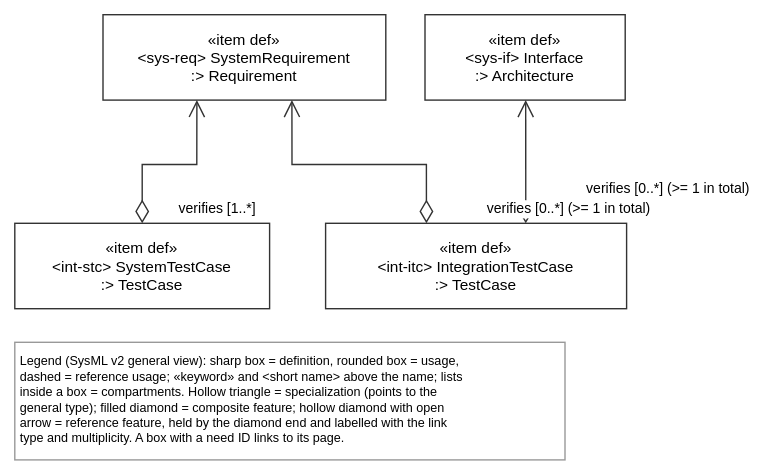
Earlier version of the draw.io export views/sysInt.drawio.svg (tiacsys/xdmod). Source tidied: cells renumbered, new cells last; positions are measured from the earlier drawing's top-left corner, leaving out a move shared by most shapes. The source it was exported from:
```xml
<mxGraphModel>
  <root>
    <mxCell id="0" />
    <mxCell id="1" parent="0" />
    <mxCell id="2" value="«item def»&#10;&lt;sys-if&gt; Interface&#10;:&gt; Architecture" style="html=0;fontFamily=Helvetica;fontSize=11;strokeColor=#333333;rounded=0;fillColor=#FFFFFF;verticalAlign=middle;" parent="1" vertex="1">
      <mxGeometry x="293" width="143" height="61" as="geometry" />
    </mxCell>
    <mxCell id="3" value="«item def»&#10;&lt;sys-req&gt; SystemRequirement&#10;:&gt; Requirement" style="html=0;fontFamily=Helvetica;fontSize=11;strokeColor=#333333;rounded=0;fillColor=#FFFFFF;verticalAlign=middle;" parent="1" vertex="1">
      <mxGeometry x="63" width="202" height="61" as="geometry" />
    </mxCell>
    <mxCell id="4" value="«item def»&#10;&lt;int-itc&gt; IntegrationTestCase&#10;:&gt; TestCase" style="html=0;fontFamily=Helvetica;fontSize=11;strokeColor=#333333;rounded=0;fillColor=#FFFFFF;verticalAlign=middle;" parent="1" vertex="1">
      <mxGeometry x="222" y="149" width="215" height="61" as="geometry" />
    </mxCell>
    <mxCell id="5" value="«item def»&#10;&lt;int-stc&gt; SystemTestCase&#10;:&gt; TestCase" style="html=0;fontFamily=Helvetica;fontSize=11;strokeColor=#333333;rounded=0;fillColor=#FFFFFF;verticalAlign=middle;" parent="1" vertex="1">
      <mxGeometry y="149" width="182" height="61" as="geometry" />
    </mxCell>
    <mxCell id="6" value="Legend (SysML v2 general view): sharp box = definition, rounded box = usage,&#10;dashed = reference usage; «keyword» and &lt;short name&gt; above the name; lists&#10;inside a box = compartments. Hollow triangle = specialization (points to the&#10;general type); filled diamond = composite feature; hollow diamond with open&#10;arrow = reference feature, held by the diamond end and labelled with the link&#10;type and multiplicity. A box with a need ID links to its page." style="text;html=0;align=left;verticalAlign=top;fontFamily=Helvetica;fontSize=9;fillColor=#FFFFFF;strokeColor=#999999;spacing=4;" parent="1" vertex="1">
      <mxGeometry y="234" width="393" height="84" as="geometry" />
    </mxCell>
    <mxCell id="7" value="verifies [0..*] (&gt;= 1 in total)" style="html=0;rounded=0;endSize=10;startSize=14;fontFamily=Helvetica;fontSize=10;labelBackgroundColor=#FFFFFF;strokeColor=#333333;startArrow=diamondThin;startFill=0;endArrow=open;exitX=0.665;exitY=0.000;exitDx=0;exitDy=0;exitPerimeter=0;entryX=0.503;entryY=1.000;entryDx=0;entryDy=0;entryPerimeter=0;" parent="1" edge="1" source="4" target="2">
      <mxGeometry relative="1" as="geometry">
        <mxPoint x="102" y="19" as="offset" />
      </mxGeometry>
    </mxCell>
    <mxCell id="8" value="verifies [0..*] (&gt;= 1 in total)" style="html=0;rounded=0;endSize=10;startSize=14;fontFamily=Helvetica;fontSize=10;labelBackgroundColor=#FFFFFF;strokeColor=#333333;startArrow=diamondThin;startFill=0;endArrow=open;exitX=0.335;exitY=0.000;exitDx=0;exitDy=0;exitPerimeter=0;entryX=0.668;entryY=1.000;entryDx=0;entryDy=0;entryPerimeter=0;" parent="1" edge="1" source="4" target="3">
      <mxGeometry relative="1" as="geometry">
        <Array as="points">
          <mxPoint x="294" y="107" />
          <mxPoint x="198" y="107" />
        </Array>
        <mxPoint x="152" y="31" as="offset" />
      </mxGeometry>
    </mxCell>
    <mxCell id="9" value="verifies [1..*]" style="html=0;rounded=0;endSize=10;startSize=14;fontFamily=Helvetica;fontSize=10;labelBackgroundColor=#FFFFFF;strokeColor=#333333;startArrow=diamondThin;startFill=0;endArrow=open;exitX=0.500;exitY=0.000;exitDx=0;exitDy=0;exitPerimeter=0;entryX=0.332;entryY=1.000;entryDx=0;entryDy=0;entryPerimeter=0;" parent="1" edge="1" source="5" target="3">
      <mxGeometry relative="1" as="geometry">
        <Array as="points">
          <mxPoint x="91" y="107" />
          <mxPoint x="130" y="107" />
        </Array>
        <mxPoint x="32" y="31" as="offset" />
      </mxGeometry>
    </mxCell>
  </root>
</mxGraphModel>
```
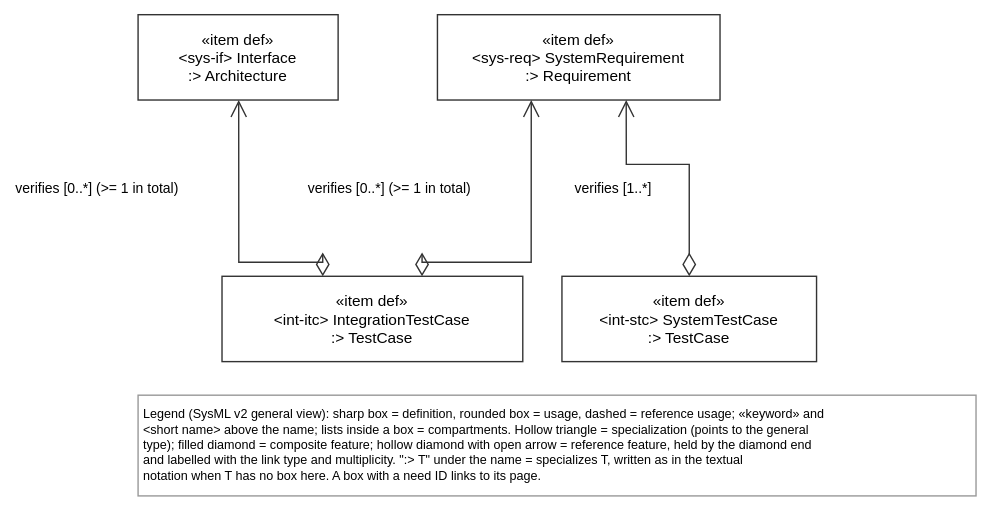
The same file after the commit.

What changed in the source:
```diff
@@ -3,41 +3,45 @@
     <mxCell id="0" />
     <mxCell id="1" parent="0" />
     <mxCell id="2" value="«item def»&#10;&lt;sys-if&gt; Interface&#10;:&gt; Architecture" style="html=0;fontFamily=Helvetica;fontSize=11;strokeColor=#333333;rounded=0;fillColor=#FFFFFF;verticalAlign=middle;" parent="1" vertex="1">
-      <mxGeometry x="293" width="143" height="61" as="geometry" />
+      <mxGeometry x="126" width="143" height="61" as="geometry" />
     </mxCell>
     <mxCell id="3" value="«item def»&#10;&lt;sys-req&gt; SystemRequirement&#10;:&gt; Requirement" style="html=0;fontFamily=Helvetica;fontSize=11;strokeColor=#333333;rounded=0;fillColor=#FFFFFF;verticalAlign=middle;" parent="1" vertex="1">
-      <mxGeometry x="63" width="202" height="61" as="geometry" />
+      <mxGeometry x="340" width="202" height="61" as="geometry" />
     </mxCell>
     <mxCell id="4" value="«item def»&#10;&lt;int-itc&gt; IntegrationTestCase&#10;:&gt; TestCase" style="html=0;fontFamily=Helvetica;fontSize=11;strokeColor=#333333;rounded=0;fillColor=#FFFFFF;verticalAlign=middle;" parent="1" vertex="1">
-      <mxGeometry x="222" y="149" width="215" height="61" as="geometry" />
+      <mxGeometry x="186" y="187" width="215" height="61" as="geometry" />
     </mxCell>
     <mxCell id="5" value="«item def»&#10;&lt;int-stc&gt; SystemTestCase&#10;:&gt; TestCase" style="html=0;fontFamily=Helvetica;fontSize=11;strokeColor=#333333;rounded=0;fillColor=#FFFFFF;verticalAlign=middle;" parent="1" vertex="1">
-      <mxGeometry y="149" width="182" height="61" as="geometry" />
+      <mxGeometry x="429" y="187" width="182" height="61" as="geometry" />
     </mxCell>
-    <mxCell id="6" value="Legend (SysML v2 general view): sharp box = definition, rounded box = usage,&#10;dashed = reference usage; «keyword» and &lt;short name&gt; above the name; lists&#10;inside a box = compartments. Hollow triangle = specialization (points to the&#10;general type); filled diamond = composite feature; hollow diamond with open&#10;arrow = reference feature, held by the diamond end and labelled with the link&#10;type and multiplicity. A box with a need ID links to its page." style="text;html=0;align=left;verticalAlign=top;fontFamily=Helvetica;fontSize=9;fillColor=#FFFFFF;strokeColor=#999999;spacing=4;" parent="1" vertex="1">
-      <mxGeometry y="234" width="393" height="84" as="geometry" />
+    <mxCell id="6" value="Legend (SysML v2 general view): sharp box = definition, rounded box = usage, dashed = reference usage; «keyword» and&#10;&lt;short name&gt; above the name; lists inside a box = compartments. Hollow triangle = specialization (points to the general&#10;type); filled diamond = composite feature; hollow diamond with open arrow = reference feature, held by the diamond end&#10;and labelled with the link type and multiplicity. &quot;:&gt; T&quot; under the name = specializes T, written as in the textual&#10;notation when T has no box here. A box with a need ID links to its page." style="text;html=0;align=left;verticalAlign=top;fontFamily=Helvetica;fontSize=9;fillColor=#FFFFFF;strokeColor=#999999;spacing=4;" parent="1" vertex="1">
+      <mxGeometry x="126" y="272" width="599" height="72" as="geometry" />
     </mxCell>
-    <mxCell id="7" value="verifies [0..*] (&gt;= 1 in total)" style="html=0;rounded=0;endSize=10;startSize=14;fontFamily=Helvetica;fontSize=10;labelBackgroundColor=#FFFFFF;strokeColor=#333333;startArrow=diamondThin;startFill=0;endArrow=open;exitX=0.665;exitY=0.000;exitDx=0;exitDy=0;exitPerimeter=0;entryX=0.503;entryY=1.000;entryDx=0;entryDy=0;entryPerimeter=0;" parent="1" edge="1" source="4" target="2">
+    <mxCell id="7" value="verifies [0..*] (&gt;= 1 in total)" style="html=0;rounded=0;endSize=10;startSize=14;fontFamily=Helvetica;fontSize=10;labelBackgroundColor=#FFFFFF;strokeColor=#333333;startArrow=diamondThin;startFill=0;endArrow=open;exitX=0.335;exitY=0.000;exitDx=0;exitDy=0;exitPerimeter=0;entryX=0.503;entryY=1.000;entryDx=0;entryDy=0;entryPerimeter=0;" parent="1" edge="1" source="4" target="2">
       <mxGeometry relative="1" as="geometry">
-        <mxPoint x="102" y="19" as="offset" />
+        <Array as="points">
+          <mxPoint x="258" y="177" />
+          <mxPoint x="198" y="177" />
+        </Array>
+        <mxPoint x="-101" y="-30" as="offset" />
       </mxGeometry>
     </mxCell>
-    <mxCell id="8" value="verifies [0..*] (&gt;= 1 in total)" style="html=0;rounded=0;endSize=10;startSize=14;fontFamily=Helvetica;fontSize=10;labelBackgroundColor=#FFFFFF;strokeColor=#333333;startArrow=diamondThin;startFill=0;endArrow=open;exitX=0.335;exitY=0.000;exitDx=0;exitDy=0;exitPerimeter=0;entryX=0.668;entryY=1.000;entryDx=0;entryDy=0;entryPerimeter=0;" parent="1" edge="1" source="4" target="3">
+    <mxCell id="8" value="verifies [0..*] (&gt;= 1 in total)" style="html=0;rounded=0;endSize=10;startSize=14;fontFamily=Helvetica;fontSize=10;labelBackgroundColor=#FFFFFF;strokeColor=#333333;startArrow=diamondThin;startFill=0;endArrow=open;exitX=0.665;exitY=0.000;exitDx=0;exitDy=0;exitPerimeter=0;entryX=0.332;entryY=1.000;entryDx=0;entryDy=0;entryPerimeter=0;" parent="1" edge="1" source="4" target="3">
       <mxGeometry relative="1" as="geometry">
         <Array as="points">
-          <mxPoint x="294" y="107" />
-          <mxPoint x="198" y="107" />
+          <mxPoint x="329" y="177" />
+          <mxPoint x="407" y="177" />
         </Array>
-        <mxPoint x="152" y="31" as="offset" />
+        <mxPoint x="-101" y="-39" as="offset" />
       </mxGeometry>
     </mxCell>
-    <mxCell id="9" value="verifies [1..*]" style="html=0;rounded=0;endSize=10;startSize=14;fontFamily=Helvetica;fontSize=10;labelBackgroundColor=#FFFFFF;strokeColor=#333333;startArrow=diamondThin;startFill=0;endArrow=open;exitX=0.500;exitY=0.000;exitDx=0;exitDy=0;exitPerimeter=0;entryX=0.332;entryY=1.000;entryDx=0;entryDy=0;entryPerimeter=0;" parent="1" edge="1" source="5" target="3">
+    <mxCell id="9" value="verifies [1..*]" style="html=0;rounded=0;endSize=10;startSize=14;fontFamily=Helvetica;fontSize=10;labelBackgroundColor=#FFFFFF;strokeColor=#333333;startArrow=diamondThin;startFill=0;endArrow=open;exitX=0.500;exitY=0.000;exitDx=0;exitDy=0;exitPerimeter=0;entryX=0.668;entryY=1.000;entryDx=0;entryDy=0;entryPerimeter=0;" parent="1" edge="1" source="5" target="3">
       <mxGeometry relative="1" as="geometry">
         <Array as="points">
-          <mxPoint x="91" y="107" />
-          <mxPoint x="130" y="107" />
+          <mxPoint x="520" y="107" />
+          <mxPoint x="475" y="107" />
         </Array>
-        <mxPoint x="32" y="31" as="offset" />
+        <mxPoint x="-48" y="17" as="offset" />
       </mxGeometry>
     </mxCell>
   </root>
```
